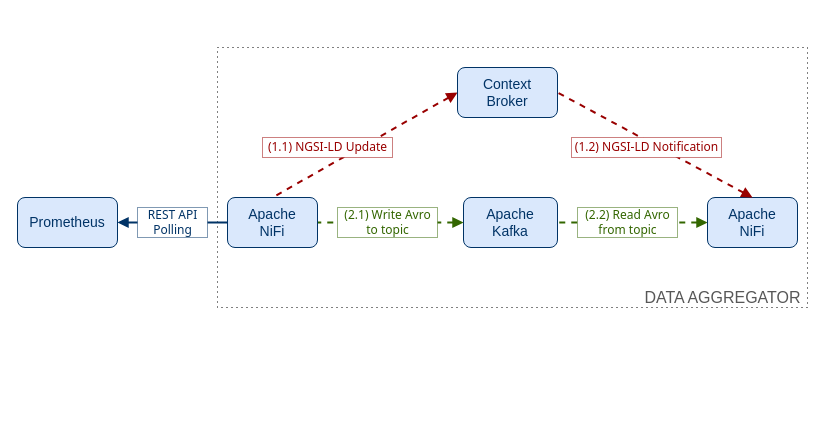
giros-dit/cim-prometheus-pipelines keeps this draw.io diagram as page "pipelines" (1 of 2) of docs/prometheus-experiment.drawio. Above is the earlier version. Source tidied: cells renumbered, new cells numbered last; positions are measured from the earlier drawing's top-left corner, leaving out a move shared by most shapes. Both pictures are drawn from the tidied source at 100%, with x=0, y=0 at pixel (17, 47).
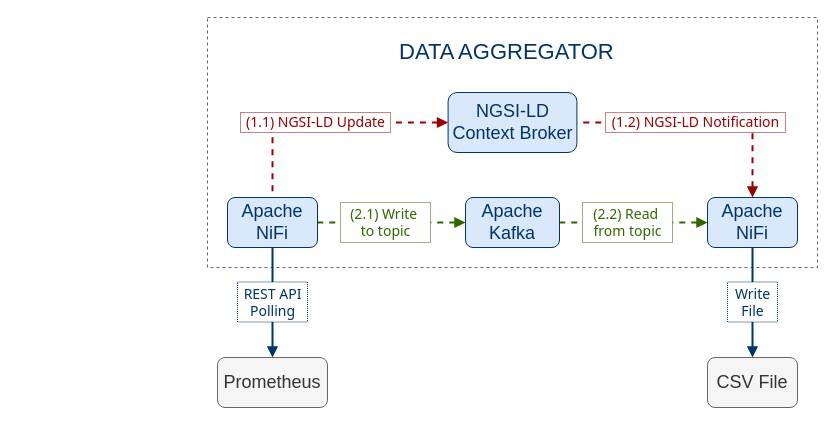
Above is the later version.

Commit message (it also covers changes not shown here):
Upload updated diagram of prototype

Diff of the diagram source:
```diff
@@
-    <mxCell id="2" style="rounded=0;whiteSpace=wrap;html=1;fillColor=none;dashed=1;dashPattern=1 4;fontColor=#575757;" parent="1" vertex="1">
-      <mxGeometry x="200" width="590" height="260" as="geometry" />
-    </mxCell>
-    <mxCell id="3" style="edgeStyle=orthogonalEdgeStyle;rounded=0;jettySize=auto;html=1;exitX=0;exitY=0.5;exitDx=0;exitDy=0;entryX=1;entryY=0.5;entryDx=0;entryDy=0;fontColor=#003366;strokeColor=#003366;strokeWidth=2;endFill=1;endArrow=block;startFill=0;" parent="1" edge="1" source="9" target="4">
-      <mxGeometry relative="1" as="geometry" />
-    </mxCell>
+    <mxCell id="19" style="edgeStyle=orthogonalEdgeStyle;rounded=0;jettySize=auto;html=1;exitX=0.5;exitY=1;exitDx=0;exitDy=0;fontColor=#003366;strokeColor=#003366;strokeWidth=2;endFill=1;endArrow=block;startFill=0;entryX=0.5;entryY=0;entryDx=0;entryDy=0;startArrow=none;" parent="1" edge="1" source="10" target="4">
+      <mxGeometry relative="1" as="geometry" />
+    </mxCell>
+    <mxCell id="20" style="rounded=0;whiteSpace=wrap;html=1;fillColor=none;dashed=1;fontColor=#575757;strokeColor=#666666;" parent="1" vertex="1">
+      <mxGeometry x="190" y="-30" width="610" height="250" as="geometry" />
+    </mxCell>
-    <mxCell id="4" value="Prometheus" style="rounded=1;whiteSpace=wrap;html=1;fontFamily=Helvetica;fillColor=#dae8fc;strokeColor=#003366;fontSize=14;fontColor=#003366;" parent="1" vertex="1">
-      <mxGeometry y="150" width="100" height="50" as="geometry" />
+    <mxCell id="4" value="&lt;font&gt;Prometheus&lt;/font&gt;" style="rounded=1;whiteSpace=wrap;html=1;fontFamily=Helvetica;fontSize=18;fillColor=#F5F5F5;strokeColor=#666666;fontColor=#333333;" parent="1" vertex="1">
+      <mxGeometry x="200" y="310" width="110" height="50" as="geometry" />
     </mxCell>
-    <mxCell id="5" style="edgeStyle=orthogonalEdgeStyle;rounded=0;jettySize=auto;html=1;exitX=0;exitY=0.5;exitDx=0;exitDy=0;entryX=1;entryY=0.5;entryDx=0;entryDy=0;dashed=1;fontColor=#003366;strokeColor=#336600;strokeWidth=2;fillColor=#f8cecc;endFill=0;endArrow=none;startFill=1;startArrow=block;" parent="1" edge="1" source="11" target="6">
-      <mxGeometry relative="1" as="geometry" />
-    </mxCell>
+    <mxCell id="21" style="edgeStyle=orthogonalEdgeStyle;rounded=0;jettySize=auto;html=1;exitX=0;exitY=0.5;exitDx=0;exitDy=0;entryX=1;entryY=0.5;entryDx=0;entryDy=0;dashed=1;fontColor=#003366;strokeColor=#336600;strokeWidth=2;fillColor=#f8cecc;endFill=0;endArrow=none;startFill=1;startArrow=block;" parent="1" edge="1" source="26" target="6">
+      <mxGeometry relative="1" as="geometry" />
+    </mxCell>
-    <mxCell id="6" value="Apache&lt;br&gt;Kafka" style="rounded=1;whiteSpace=wrap;html=1;fontFamily=Helvetica;fillColor=#dae8fc;strokeColor=#003366;fontSize=14;fontColor=#003366;" parent="1" vertex="1">
-      <mxGeometry x="446" y="150" width="94" height="50" as="geometry" />
+    <mxCell id="6" value="Apache&lt;br style=&quot;font-size: 18px;&quot;&gt;Kafka" style="rounded=1;whiteSpace=wrap;html=1;fontFamily=Helvetica;fillColor=#dae8fc;strokeColor=#003366;fontSize=18;fontColor=#003366;" parent="1" vertex="1">
+      <mxGeometry x="448" y="150" width="94" height="50" as="geometry" />
     </mxCell>
-    <mxCell id="7" style="edgeStyle=orthogonalEdgeStyle;rounded=0;jettySize=auto;html=1;exitX=0;exitY=0.5;exitDx=0;exitDy=0;entryX=1;entryY=0.5;entryDx=0;entryDy=0;dashed=1;fontColor=#003366;strokeColor=#336600;strokeWidth=2;fillColor=#f8cecc;endFill=0;endArrow=none;startFill=1;startArrow=block;" parent="1" edge="1" source="6" target="9">
-      <mxGeometry relative="1" as="geometry" />
-    </mxCell>
-    <mxCell id="8" style="rounded=0;jettySize=auto;html=1;exitX=0;exitY=0.5;exitDx=0;exitDy=0;entryX=0.5;entryY=0;entryDx=0;entryDy=0;dashed=1;fontSize=10;fontColor=#003366;strokeColor=#990000;strokeWidth=2;fillColor=#f8cecc;endFill=0;endArrow=none;endSize=10;startFill=1;startArrow=block;" parent="1" edge="1" source="13" target="9">
-      <mxGeometry relative="1" as="geometry" />
-    </mxCell>
-    <mxCell id="9" value="Apache&lt;br&gt;NiFi" style="rounded=1;whiteSpace=wrap;html=1;fontFamily=Helvetica;fillColor=#dae8fc;strokeColor=#003366;fontSize=14;fontColor=#003366;" parent="1" vertex="1">
-      <mxGeometry x="210" y="150" width="90" height="50" as="geometry" />
-    </mxCell>
-    <mxCell id="10" value="&lt;font style=&quot;font-size: 12px&quot;&gt;REST API &lt;br&gt;Polling&lt;br&gt;&lt;/font&gt;" style="text;html=1;align=center;verticalAlign=middle;points=[];rounded=0;fontSize=10;fontColor=#003366;strokeColor=#003366;strokeWidth=1;labelBackgroundColor=#ffffff;endFill=1;endArrow=block;startFill=0;startArrow=none;fillColor=#ffffff;dashed=1;dashPattern=1 1;fontFamily=Tahoma;" parent="1" vertex="1">
-      <mxGeometry x="120" y="160" width="70" height="30" as="geometry" />
-    </mxCell>
-    <mxCell id="11" value="Apache&lt;br&gt;NiFi" style="rounded=1;whiteSpace=wrap;html=1;fontFamily=Helvetica;fillColor=#dae8fc;fontSize=14;strokeColor=#003366;fontColor=#003366;" parent="1" vertex="1">
-      <mxGeometry x="690" y="150" width="90" height="50" as="geometry" />
-    </mxCell>
-    <mxCell id="12" style="rounded=0;jettySize=auto;html=1;exitX=0.5;exitY=0;exitDx=0;exitDy=0;entryX=1;entryY=0.5;entryDx=0;entryDy=0;dashed=1;fontSize=10;fontColor=#003366;strokeColor=#990000;strokeWidth=2;fillColor=#f8cecc;endFill=0;endArrow=none;endSize=10;startFill=1;startArrow=block;" parent="1" edge="1" source="11" target="13">
-      <mxGeometry relative="1" as="geometry" />
-    </mxCell>
-    <mxCell id="13" value="Context&lt;br&gt;Broker" style="rounded=1;whiteSpace=wrap;html=1;fontFamily=Helvetica;fillColor=#dae8fc;strokeColor=#003366;fontSize=14;fontColor=#003366;" parent="1" vertex="1">
-      <mxGeometry x="440" y="20" width="100" height="50" as="geometry" />
-    </mxCell>
+    <mxCell id="22" style="edgeStyle=orthogonalEdgeStyle;rounded=0;jettySize=auto;html=1;exitX=0;exitY=0.5;exitDx=0;exitDy=0;entryX=1;entryY=0.5;entryDx=0;entryDy=0;dashed=1;fontColor=#003366;strokeColor=#336600;strokeWidth=2;fillColor=#f8cecc;endFill=0;endArrow=none;startFill=1;startArrow=block;" parent="1" edge="1" source="6" target="24">
+      <mxGeometry relative="1" as="geometry" />
+    </mxCell>
+    <mxCell id="23" style="rounded=0;jettySize=auto;html=1;exitX=0;exitY=0.5;exitDx=0;exitDy=0;entryX=0.5;entryY=0;entryDx=0;entryDy=0;dashed=1;fontSize=10;fontColor=#003366;strokeColor=#990000;strokeWidth=2;fillColor=#f8cecc;endFill=0;endArrow=none;endSize=10;startFill=1;startArrow=block;edgeStyle=orthogonalEdgeStyle;" parent="1" edge="1" source="28" target="24">
+      <mxGeometry relative="1" as="geometry" />
+    </mxCell>
+    <mxCell id="24" value="Apache&lt;br style=&quot;font-size: 18px;&quot;&gt;NiFi" style="rounded=1;whiteSpace=wrap;html=1;fontFamily=Helvetica;fillColor=#dae8fc;strokeColor=#003366;fontSize=18;fontColor=#003366;" parent="1" vertex="1">
+      <mxGeometry x="210" y="150" width="90" height="50" as="geometry" />
+    </mxCell>
+    <mxCell id="25" style="edgeStyle=orthogonalEdgeStyle;rounded=0;jettySize=auto;html=1;fontColor=#003366;strokeColor=#003366;strokeWidth=2;endFill=1;endArrow=block;startFill=0;" parent="1" edge="1" source="26" target="31">
+      <mxGeometry relative="1" as="geometry" />
+    </mxCell>
+    <mxCell id="26" value="Apache&lt;br style=&quot;font-size: 18px;&quot;&gt;NiFi" style="rounded=1;whiteSpace=wrap;html=1;fontFamily=Helvetica;fillColor=#dae8fc;fontSize=18;strokeColor=#003366;fontColor=#003366;" parent="1" vertex="1">
+      <mxGeometry x="690" y="150" width="90" height="50" as="geometry" />
+    </mxCell>
+    <mxCell id="27" style="rounded=0;jettySize=auto;html=1;exitX=0.5;exitY=0;exitDx=0;exitDy=0;entryX=1;entryY=0.5;entryDx=0;entryDy=0;dashed=1;fontSize=10;fontColor=#003366;strokeColor=#990000;strokeWidth=2;fillColor=#f8cecc;endFill=0;endArrow=none;endSize=10;startFill=1;startArrow=block;edgeStyle=orthogonalEdgeStyle;" parent="1" edge="1" source="26" target="28">
+      <mxGeometry relative="1" as="geometry" />
+    </mxCell>
+    <mxCell id="28" value="NGSI-LD Context Broker" style="rounded=1;whiteSpace=wrap;html=1;fontFamily=Helvetica;fillColor=#dae8fc;strokeColor=#003366;fontSize=18;fontColor=#003366;" parent="1" vertex="1">
+      <mxGeometry x="430.6" y="45" width="128.8" height="60" as="geometry" />
+    </mxCell>
-    <mxCell id="14" value="&lt;font style=&quot;font-size: 12px&quot;&gt;(1.1) NGSI-LD Update&lt;/font&gt;" style="text;html=1;align=center;verticalAlign=middle;rounded=0;fontSize=12;fontColor=#990000;strokeColor=#990000;strokeWidth=1;labelBackgroundColor=#ffffff;endFill=1;endArrow=block;startFill=0;startArrow=none;fillColor=#ffffff;dashed=1;dashPattern=1 1;fontFamily=Tahoma;" parent="1" vertex="1">
-      <mxGeometry x="245" y="90" width="130" height="20" as="geometry" />
+    <mxCell id="14" value="&lt;font style=&quot;font-size: 14px;&quot;&gt;(1.1) NGSI-LD Update&lt;/font&gt;" style="text;html=1;align=center;verticalAlign=middle;rounded=0;fontSize=14;fontColor=#990000;strokeColor=#990000;strokeWidth=1;labelBackgroundColor=#ffffff;endFill=1;endArrow=block;startFill=0;startArrow=none;fillColor=#ffffff;dashed=1;dashPattern=1 1;fontFamily=Tahoma;" parent="1" vertex="1">
+      <mxGeometry x="223" y="65" width="150" height="20" as="geometry" />
     </mxCell>
-    <mxCell id="15" value="&lt;font style=&quot;font-size: 12px&quot;&gt;(1.2) NGSI-LD Notification&lt;/font&gt;" style="text;html=1;align=center;verticalAlign=middle;rounded=0;fontSize=12;fontColor=#990000;strokeColor=#990000;strokeWidth=1;labelBackgroundColor=#ffffff;endFill=1;endArrow=block;startFill=0;startArrow=none;fillColor=#ffffff;dashed=1;dashPattern=1 1;fontFamily=Tahoma;" parent="1" vertex="1">
-      <mxGeometry x="554" y="90" width="150" height="20" as="geometry" />
+    <mxCell id="15" value="&lt;font style=&quot;font-size: 14px;&quot;&gt;(1.2) NGSI-LD Notification&lt;/font&gt;" style="text;html=1;align=center;verticalAlign=middle;rounded=0;fontSize=14;fontColor=#990000;strokeColor=#990000;strokeWidth=1;labelBackgroundColor=#ffffff;endFill=1;endArrow=block;startFill=0;startArrow=none;fillColor=#ffffff;dashed=1;dashPattern=1 1;fontFamily=Tahoma;" parent="1" vertex="1">
+      <mxGeometry x="588" y="65" width="180" height="20" as="geometry" />
     </mxCell>
-    <mxCell id="16" value="&lt;font style=&quot;font-size: 12px&quot;&gt;(2.1) Write Avro&lt;br&gt;to topic&lt;/font&gt;" style="text;html=1;align=center;verticalAlign=middle;rounded=0;fontSize=12;fontColor=#336600;strokeColor=#336600;strokeWidth=1;labelBackgroundColor=#ffffff;endFill=1;endArrow=block;startFill=0;startArrow=none;fillColor=#ffffff;dashed=1;dashPattern=1 1;fontFamily=Tahoma;" parent="1" vertex="1">
-      <mxGeometry x="320" y="160" width="100" height="30" as="geometry" />
-    </mxCell>
-    <mxCell id="17" value="&lt;font style=&quot;font-size: 12px&quot;&gt;(2.2) Read Avro&lt;br&gt;from topic&lt;/font&gt;" style="text;html=1;align=center;verticalAlign=middle;rounded=0;fontSize=12;fontColor=#336600;strokeColor=#336600;strokeWidth=1;labelBackgroundColor=#ffffff;endFill=1;endArrow=block;startFill=0;startArrow=none;fillColor=#ffffff;dashed=1;dashPattern=1 1;fontFamily=Tahoma;" parent="1" vertex="1">
-      <mxGeometry x="560" y="160" width="100" height="30" as="geometry" />
-    </mxCell>
+    <mxCell id="29" value="&lt;font style=&quot;font-size: 14px&quot;&gt;(2.1) Write&amp;nbsp;&lt;br&gt;to topic&lt;/font&gt;" style="text;html=1;align=center;verticalAlign=middle;rounded=0;fontSize=14;fontColor=#336600;strokeColor=#336600;strokeWidth=1;labelBackgroundColor=#ffffff;endFill=1;endArrow=block;startFill=0;startArrow=none;fillColor=#ffffff;dashed=1;dashPattern=1 1;fontFamily=Tahoma;" parent="1" vertex="1">
+      <mxGeometry x="323" y="155" width="90" height="40" as="geometry" />
+    </mxCell>
+    <mxCell id="30" value="&lt;font style=&quot;font-size: 14px&quot;&gt;(2.2) Read&amp;nbsp;&lt;br&gt;from topic&lt;/font&gt;" style="text;html=1;align=center;verticalAlign=middle;rounded=0;fontSize=14;fontColor=#336600;strokeColor=#336600;strokeWidth=1;labelBackgroundColor=#ffffff;endFill=1;endArrow=block;startFill=0;startArrow=none;fillColor=#ffffff;dashed=1;dashPattern=1 1;fontFamily=Tahoma;" parent="1" vertex="1">
+      <mxGeometry x="565" y="155" width="90" height="40" as="geometry" />
+    </mxCell>
-    <mxCell id="18" value="DATA AGGREGATOR" style="text;html=1;align=center;verticalAlign=middle;fontSize=16;fontColor=#575757;" parent="1" vertex="1">
-      <mxGeometry x="620" y="240" width="170" height="20" as="geometry" />
+    <mxCell id="18" value="&lt;font color=&quot;#003366&quot; style=&quot;font-size: 22px;&quot;&gt;DATA AGGREGATOR&lt;/font&gt;" style="text;html=1;align=left;verticalAlign=middle;fontSize=22;fontColor=#575757;" parent="1" vertex="1">
+      <mxGeometry x="380" y="-10" width="230" height="30" as="geometry" />
     </mxCell>
+    <mxCell id="31" value="&lt;font&gt;CSV File&lt;/font&gt;" style="rounded=1;whiteSpace=wrap;html=1;fontFamily=Helvetica;fontSize=18;fillColor=#F5F5F5;strokeColor=#666666;fontColor=#333333;" parent="1" vertex="1">
+      <mxGeometry x="690" y="310" width="90" height="50" as="geometry" />
+    </mxCell>
+    <mxCell id="32" value="&lt;font style=&quot;font-size: 14px;&quot;&gt;Write&lt;br style=&quot;font-size: 14px;&quot;&gt;File&lt;br style=&quot;font-size: 14px;&quot;&gt;&lt;/font&gt;" style="text;html=1;align=center;verticalAlign=middle;rounded=0;fontSize=14;fontColor=#003366;strokeColor=#003366;strokeWidth=1;labelBackgroundColor=#ffffff;endFill=1;endArrow=block;startFill=0;startArrow=none;fillColor=#ffffff;dashed=1;dashPattern=1 1;fontFamily=Tahoma;" parent="1" vertex="1">
+      <mxGeometry x="710" y="234.5" width="50" height="40" as="geometry" />
+    </mxCell>
+    <mxCell id="10" value="&lt;font style=&quot;font-size: 14px;&quot;&gt;REST API &lt;br style=&quot;font-size: 14px;&quot;&gt;Polling&lt;br style=&quot;font-size: 14px;&quot;&gt;&lt;/font&gt;" style="text;html=1;align=center;verticalAlign=middle;points=[];rounded=0;fontSize=14;fontColor=#003366;strokeColor=#003366;strokeWidth=1;labelBackgroundColor=#ffffff;endFill=1;endArrow=block;startFill=0;startArrow=none;fillColor=#ffffff;dashed=1;dashPattern=1 1;fontFamily=Tahoma;" parent="1" vertex="1">
+      <mxGeometry x="220" y="234.5" width="70" height="40" as="geometry" />
+    </mxCell>
+    <mxCell id="33" style="edgeStyle=orthogonalEdgeStyle;rounded=0;jettySize=auto;html=1;exitX=0.5;exitY=1;exitDx=0;exitDy=0;fontColor=#003366;strokeColor=#003366;strokeWidth=2;endFill=1;endArrow=none;startFill=0;entryX=0.5;entryY=0;entryDx=0;entryDy=0;" parent="1" edge="1" source="24" target="10">
+      <mxGeometry relative="1" as="geometry" />
+    </mxCell>
```
